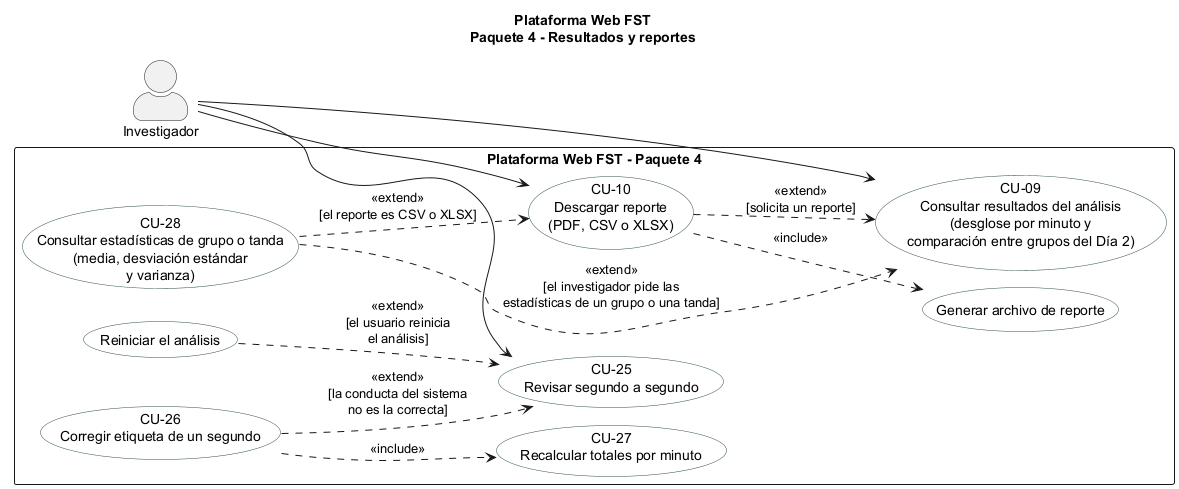
Before: figures/mermaid/cu_paquete4.png, a diagram exported from PlantUML (ErickJester/fst-ai-system-latex).
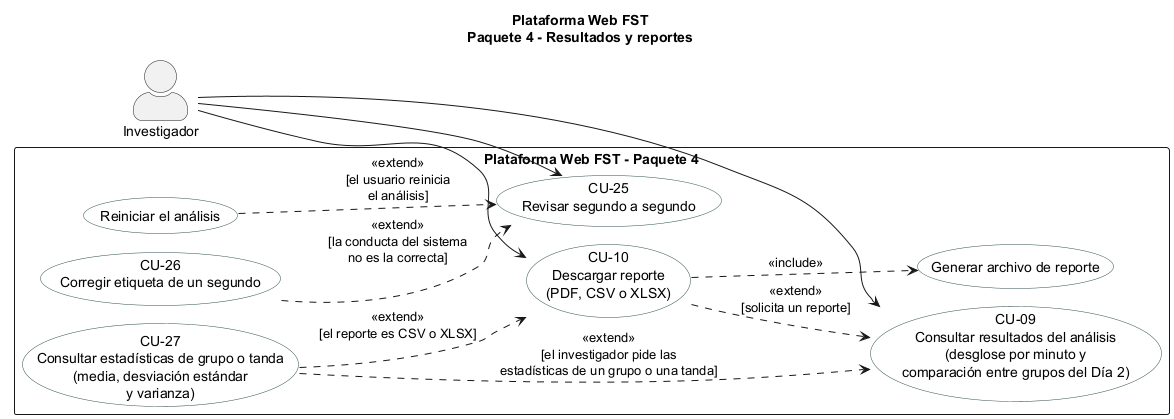
Later version of the same file.

The edit, as a diff of the source:
```diff
@@ -15,9 +15,8 @@
   usecase "Generar archivo de reporte" as UC46
   usecase "CU-25\nRevisar segundo a segundo" as CU25
   usecase "CU-26\nCorregir etiqueta de un segundo" as CU26
-  usecase "CU-27\nRecalcular totales por minuto" as CU27
   usecase "Reiniciar el análisis" as UC25R
-  usecase "CU-28\nConsultar estadísticas de grupo o tanda\n(media, desviación estándar\ny varianza)" as CU28
+  usecase "CU-27\nConsultar estadísticas de grupo o tanda\n(media, desviación estándar\ny varianza)" as CU27
 }
 INV --> CU09
 INV --> CU10
@@ -25,8 +24,7 @@
 CU10 ..> CU09 : <<extend>>\n[solicita un reporte]
 CU10 ..> UC46 : <<include>>
 CU26 ..> CU25 : <<extend>>\n[la conducta del sistema\nno es la correcta]
-CU26 ..> CU27 : <<include>>
 UC25R ..> CU25 : <<extend>>\n[el usuario reinicia\nel análisis]
-CU28 ..> CU09 : <<extend>>\n[el investigador pide las\nestadísticas de un grupo o una tanda]
-CU28 ..> CU10 : <<extend>>\n[el reporte es CSV o XLSX]
+CU27 ..> CU09 : <<extend>>\n[el investigador pide las\nestadísticas de un grupo o una tanda]
+CU27 ..> CU10 : <<extend>>\n[el reporte es CSV o XLSX]
 @enduml
```
